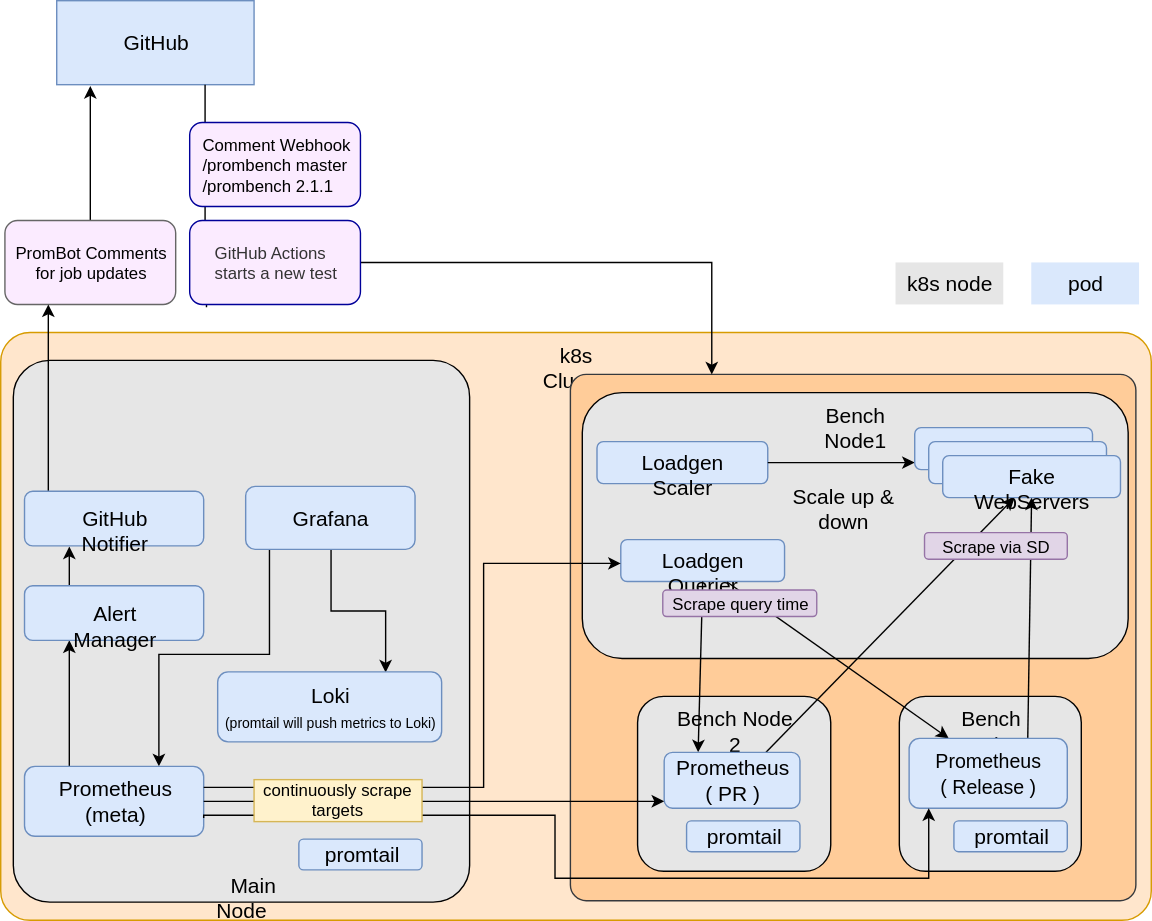
Before: prombench/design.svg, a diagram exported from draw.io (prometheus/test-infra). Source tidied: cells renumbered, new cells last; positions are measured from the earlier drawing's top-left corner, leaving out a move shared by most shapes.
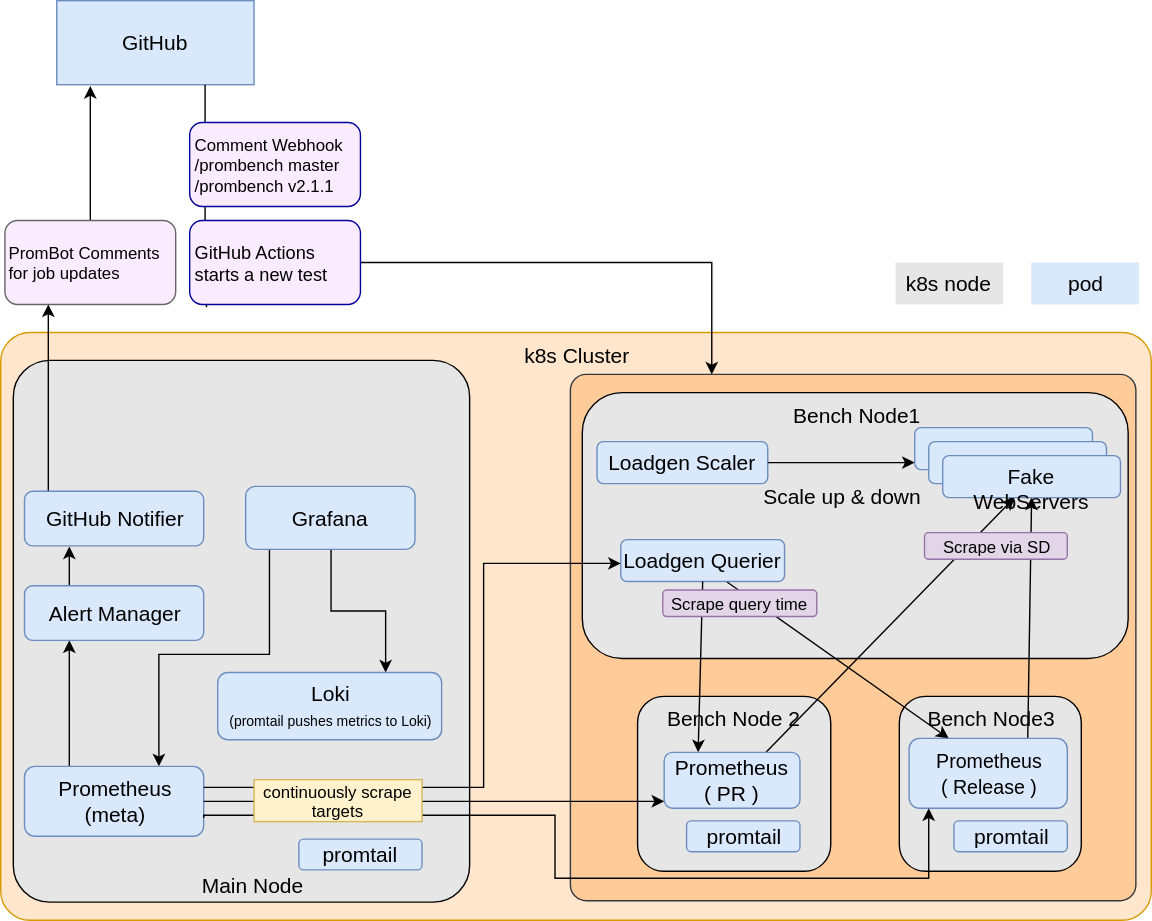
The same diagram one commit later.

What changed in the source:
```diff
@@ -42,13 +42,13 @@
         </Array>
       </mxGeometry>
     </mxCell>
-    <mxCell id="12" value="&lt;div style=&quot;text-align: left&quot;&gt;&lt;span&gt;Comment Webhook&lt;/span&gt;&lt;/div&gt;&lt;div style=&quot;text-align: left&quot;&gt;&lt;span&gt;/prombench master&lt;/span&gt;&lt;/div&gt;&lt;span&gt;&lt;div style=&quot;text-align: left&quot;&gt;&lt;span&gt;/prombench&amp;nbsp;&lt;/span&gt;&lt;span&gt;2.1.1&lt;/span&gt;&lt;/div&gt;&lt;/span&gt;" style="rounded=1;whiteSpace=wrap;html=1;labelBackgroundColor=none;fillColor=#FBEBFF;strokeColor=#000099;spacingTop=0;spacingLeft=1;" parent="1" vertex="1">
+    <mxCell id="12" value="&lt;div&gt;&lt;span&gt;Comment Webhook&lt;/span&gt;&lt;/div&gt;&lt;div&gt;&lt;span&gt;/prombench master&lt;/span&gt;&lt;/div&gt;&lt;span&gt;&lt;div&gt;&lt;span&gt;/prombench v&lt;/span&gt;&lt;span&gt;2.1.1&lt;/span&gt;&lt;/div&gt;&lt;/span&gt;" style="rounded=1;whiteSpace=wrap;html=1;labelBackgroundColor=none;fillColor=#FBEBFF;strokeColor=#000099;spacingTop=0;spacingLeft=1;align=left;" parent="1" vertex="1">
       <mxGeometry x="135" y="87" width="122" height="60" as="geometry" />
     </mxCell>
     <mxCell id="13" style="edgeStyle=orthogonalEdgeStyle;rounded=0;jumpStyle=none;jettySize=auto;html=1;exitX=0.5;exitY=0;exitDx=0;exitDy=0;entryX=0.17;entryY=1.017;entryDx=0;entryDy=0;entryPerimeter=0;startArrow=none;startFill=0;endArrow=classic;endFill=1;" parent="1" edge="1" source="14" target="4">
       <mxGeometry relative="1" as="geometry" />
     </mxCell>
-    <mxCell id="14" value="PromBot Comments&lt;br&gt;for job updates" style="rounded=1;whiteSpace=wrap;html=1;labelBackgroundColor=none;fillColor=#FBEBFF;strokeColor=#666666;" parent="1" vertex="1">
+    <mxCell id="14" value="PromBot Comments&lt;br&gt;for job updates" style="rounded=1;whiteSpace=wrap;html=1;labelBackgroundColor=none;fillColor=#FBEBFF;strokeColor=#666666;align=left;" parent="1" vertex="1">
       <mxGeometry x="3" y="157" width="122" height="60" as="geometry" />
     </mxCell>
     <mxCell id="15" value="pod" style="rounded=0;whiteSpace=wrap;html=1;glass=0;labelBackgroundColor=none;fillColor=#DAE8FC;fontSize=15;fontColor=#000000;strokeColor=none;" parent="1" vertex="1">
@@ -125,11 +125,11 @@
     <mxCell id="38" style="edgeStyle=orthogonalEdgeStyle;rounded=0;jettySize=auto;html=1;exitX=1;exitY=0.5;exitDx=0;exitDy=0;entryX=0.25;entryY=0;entryDx=0;entryDy=0;endArrow=classic;endFill=1;" parent="1" edge="1" source="39" target="3">
       <mxGeometry relative="1" as="geometry" />
     </mxCell>
-    <mxCell id="39" value="&lt;div style=&quot;text-align: left&quot;&gt;&lt;span style=&quot;color: rgb(51 , 51 , 51) ; text-align: center&quot;&gt;GitHub Actions&amp;nbsp;&lt;/span&gt;&lt;/div&gt;&lt;div style=&quot;text-align: left&quot;&gt;&lt;span style=&quot;color: rgb(51 , 51 , 51) ; text-align: center&quot;&gt;starts a new test&lt;/span&gt;&lt;br&gt;&lt;/div&gt;" style="rounded=1;whiteSpace=wrap;html=1;labelBackgroundColor=none;fillColor=#FBEBFF;strokeColor=#000099;spacingTop=0;spacingLeft=1;" parent="1" vertex="1">
+    <mxCell id="39" value="&lt;div style=&quot;font-size: 13px&quot;&gt;&lt;font style=&quot;font-size: 13px&quot;&gt;GitHub Actions&amp;nbsp;&lt;/font&gt;&lt;/div&gt;&lt;div style=&quot;font-size: 13px&quot;&gt;&lt;font style=&quot;font-size: 13px&quot;&gt;starts a new test&lt;/font&gt;&lt;br&gt;&lt;/div&gt;" style="rounded=1;whiteSpace=wrap;html=1;labelBackgroundColor=none;fillColor=#FBEBFF;strokeColor=#000099;spacingTop=0;spacingLeft=1;align=left;" parent="1" vertex="1">
       <mxGeometry x="135" y="157" width="122" height="60" as="geometry" />
     </mxCell>
-    <mxCell id="40" value="&lt;font&gt;Loki&lt;br&gt;&lt;font style=&quot;font-size: 10px&quot;&gt;(promtail will push metrics to Loki)&lt;/font&gt;&lt;/font&gt;" style="rounded=1;whiteSpace=wrap;html=1;fontSize=15;fontColor=#000000;fillColor=#dae8fc;strokeColor=#6c8ebf;align=center;" parent="1" vertex="1">
-      <mxGeometry x="155" y="479.5" width="160" height="50" as="geometry" />
+    <mxCell id="40" value="&lt;font&gt;Loki&lt;br&gt;&lt;font style=&quot;font-size: 10px&quot;&gt;(promtail pushes metrics to Loki)&lt;/font&gt;&lt;/font&gt;" style="rounded=1;whiteSpace=wrap;html=1;fontSize=15;fontColor=#000000;fillColor=#dae8fc;strokeColor=#6c8ebf;align=center;" parent="1" vertex="1">
+      <mxGeometry x="155" y="480" width="160" height="48" as="geometry" />
     </mxCell>
     <mxCell id="41" value="promtail" style="rounded=1;whiteSpace=wrap;html=1;fontSize=15;fontColor=#000000;fillColor=#dae8fc;strokeColor=#6c8ebf;verticalAlign=middle;" parent="1" vertex="1">
       <mxGeometry x="213" y="599" width="88" height="22" as="geometry" />
@@ -147,7 +147,7 @@
         </Array>
       </mxGeometry>
     </mxCell>
-    <mxCell id="45" value="GitHub Notifier" style="rounded=1;whiteSpace=wrap;html=1;fontSize=15;fontColor=#000000;fillColor=#dae8fc;strokeColor=#6c8ebf;" parent="1" vertex="1">
+    <mxCell id="45" value="GitHub Notifier" style="rounded=1;whiteSpace=wrap;html=1;fontSize=15;fontColor=#000000;fillColor=#dae8fc;strokeColor=#6c8ebf;align=center;" parent="1" vertex="1">
       <mxGeometry x="17" y="350.5" width="128" height="39" as="geometry" />
     </mxCell>
     <mxCell id="46" style="edgeStyle=orthogonalEdgeStyle;rounded=0;jumpStyle=none;orthogonalLoop=1;jettySize=auto;html=1;exitX=1;exitY=0.25;exitDx=0;exitDy=0;entryX=0;entryY=0.5;entryDx=0;entryDy=0;startArrow=none;startFill=0;endArrow=classic;endFill=1;" parent="1" edge="1">
```
